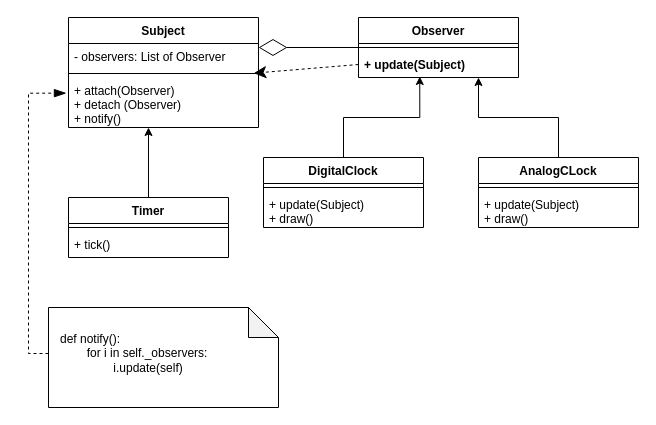
The draw.io diagram img/observer.drawio in ElenaShargina/patterns, before the edit. Source tidied: cells renumbered, new cells numbered last; positions are measured from the earlier drawing's top-left corner, leaving out a move shared by most shapes. Both pictures are drawn from the tidied source at 100%, with x=0, y=0 at pixel (28, 17).
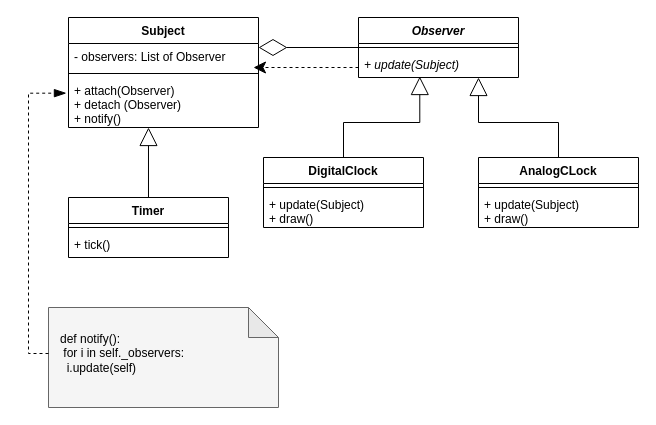
Above is the later version.

Unchanged cells that the change refers to:
```xml
<mxCell id="3" value="- observers: List of Observer" style="text;strokeColor=none;fillColor=none;align=left;verticalAlign=top;spacingLeft=4;spacingRight=4;overflow=hidden;points=[[0,0.5],[1,0.5]];portConstraint=eastwest;" parent="2" vertex="1">
  <mxGeometry y="26" width="190" height="26" as="geometry" />
</mxCell>
<mxCell id="5" value="+ attach(Observer)&#10;+ detach (Observer)&#10;+ notify()" style="text;strokeColor=none;fillColor=none;align=left;verticalAlign=top;spacingLeft=4;spacingRight=4;overflow=hidden;points=[[0,0.5],[1,0.5]];portConstraint=eastwest;" parent="2" vertex="1">
  <mxGeometry y="60" width="190" height="50" as="geometry" />
</mxCell>
<mxCell id="10" value="Timer" style="swimlane;fontStyle=1;align=center;verticalAlign=top;horizontal=1;startSize=26;" parent="1" vertex="1">
  <mxGeometry x="40" y="180" width="160" height="60" as="geometry" />
</mxCell>
<mxCell id="14" value="DigitalClock" style="swimlane;fontStyle=1;align=center;verticalAlign=top;horizontal=1;startSize=26;" parent="1" vertex="1">
  <mxGeometry x="235" y="140" width="160" height="70" as="geometry" />
</mxCell>
<mxCell id="18" value="AnalogCLock" style="swimlane;fontStyle=1;align=center;verticalAlign=top;horizontal=1;startSize=26;" parent="1" vertex="1">
  <mxGeometry x="450" y="140" width="160" height="70" as="geometry" />
</mxCell>
<mxCell id="23" style="group;" parent="1" vertex="1">
  <mxGeometry x="20" y="290" width="230" height="100" as="geometry" />
</mxCell>
```

Change to the diagram source:
```diff
@@
-    <mxCell id="6" value="Observer" style="swimlane;fontStyle=1;align=center;verticalAlign=top;horizontal=1;startSize=26;" parent="1" vertex="1">
+    <mxCell id="6" value="Observer" style="swimlane;fontStyle=3;align=center;verticalAlign=top;horizontal=1;startSize=26;" parent="1" vertex="1">
       <mxGeometry x="330" width="160" height="60" as="geometry" />
     </mxCell>
@@
-    <mxCell id="8" value="+ update(Subject)" style="text;strokeColor=none;fillColor=none;align=left;verticalAlign=top;spacingLeft=4;spacingRight=4;overflow=hidden;points=[[0,0.5],[1,0.5]];portConstraint=eastwest;fontStyle=1;" parent="6" vertex="1">
+    <mxCell id="8" value="+ update(Subject)" style="text;strokeColor=none;fillColor=none;align=left;verticalAlign=top;spacingLeft=4;spacingRight=4;overflow=hidden;points=[[0,0.5],[1,0.5]];portConstraint=eastwest;fontStyle=2;" parent="6" vertex="1">
       <mxGeometry y="34" width="160" height="26" as="geometry" />
     </mxCell>
-    <mxCell id="9" style="edgeStyle=orthogonalEdgeStyle;rounded=0;jettySize=auto;html=1;entryX=0.421;entryY=1;entryDx=0;entryDy=0;entryPerimeter=0;" parent="1" edge="1" source="10" target="5">
+    <mxCell id="9" style="edgeStyle=orthogonalEdgeStyle;rounded=0;jettySize=auto;html=1;entryX=0.421;entryY=1;entryDx=0;entryDy=0;entryPerimeter=0;endArrow=block;endFill=0;endSize=16;" parent="1" edge="1" source="10" target="5">
       <mxGeometry relative="1" as="geometry" />
     </mxCell>
@@
-    <mxCell id="13" style="edgeStyle=orthogonalEdgeStyle;rounded=0;jettySize=auto;html=1;entryX=0.383;entryY=0.962;entryDx=0;entryDy=0;entryPerimeter=0;" parent="1" edge="1" source="14" target="8">
+    <mxCell id="13" style="edgeStyle=orthogonalEdgeStyle;rounded=0;jettySize=auto;html=1;entryX=0.383;entryY=0.962;entryDx=0;entryDy=0;entryPerimeter=0;endArrow=block;endFill=0;endSize=16;" parent="1" edge="1" source="14" target="8">
       <mxGeometry relative="1" as="geometry" />
     </mxCell>
@@
-    <mxCell id="17" style="edgeStyle=orthogonalEdgeStyle;rounded=0;jettySize=auto;html=1;entryX=0.75;entryY=1;entryDx=0;entryDy=0;entryPerimeter=0;" parent="1" edge="1" source="18" target="8">
+    <mxCell id="17" style="edgeStyle=orthogonalEdgeStyle;rounded=0;jettySize=auto;html=1;entryX=0.75;entryY=1;entryDx=0;entryDy=0;entryPerimeter=0;endArrow=block;endFill=0;endSize=16;" parent="1" edge="1" source="18" target="8">
       <mxGeometry relative="1" as="geometry" />
     </mxCell>
@@
-    <mxCell id="22" style="endArrow=classic;html=1;rounded=0;dashed=1;strokeWidth=1;startSize=26;endSize=10;strokeColor=default;exitX=0;exitY=0.5;exitDx=0;exitDy=0;entryX=0.975;entryY=1.141;entryDx=0;entryDy=0;entryPerimeter=0;" parent="1" edge="1" source="8" target="3">
-      <mxGeometry relative="1" as="geometry" />
+    <mxCell id="22" style="endArrow=classic;html=1;rounded=0;dashed=1;strokeWidth=1;startSize=26;endSize=10;strokeColor=default;" parent="1" edge="1">
+      <mxGeometry relative="1" as="geometry">
+        <mxPoint x="330" y="50" as="sourcePoint" />
+        <mxPoint x="225" y="50" as="targetPoint" />
+      </mxGeometry>
     </mxCell>
@@
-    <mxCell id="24" style="shape=note;whiteSpace=wrap;html=1;backgroundOutline=1;darkOpacity=0.05;" parent="23" vertex="1">
+    <mxCell id="24" style="shape=note;whiteSpace=wrap;html=1;backgroundOutline=1;darkOpacity=0.05;fillColor=#f5f5f5;fontColor=#333333;strokeColor=#666666;" parent="23" vertex="1">
       <mxGeometry width="230" height="100" as="geometry" />
     </mxCell>
-    <mxCell id="25" value="def notify():&lt;br&gt;&lt;span style=&quot;white-space: pre;&quot;&gt;&#9;&lt;/span&gt;for i in self._observers:&lt;br&gt;&lt;span style=&quot;white-space: pre;&quot;&gt;&#9;&lt;/span&gt;&lt;span style=&quot;white-space: pre;&quot;&gt;&#9;&lt;/span&gt;i.update(self)" style="text;html=1;strokeColor=none;fillColor=none;align=left;verticalAlign=middle;whiteSpace=wrap;rounded=0;" parent="23" vertex="1">
+    <mxCell id="25" value="def notify():&lt;br&gt;&lt;span style=&quot;white-space: pre;&quot;&gt; &lt;/span&gt;for i in self._observers:&lt;br&gt;&lt;span style=&quot;white-space: pre;&quot;&gt; &lt;/span&gt;&lt;span style=&quot;white-space: pre;&quot;&gt; &lt;/span&gt;i.update(self)" style="text;html=1;strokeColor=none;fillColor=none;align=left;verticalAlign=middle;whiteSpace=wrap;rounded=0;" parent="23" vertex="1">
       <mxGeometry x="10" y="10" width="180" height="72" as="geometry" />
     </mxCell>
```
